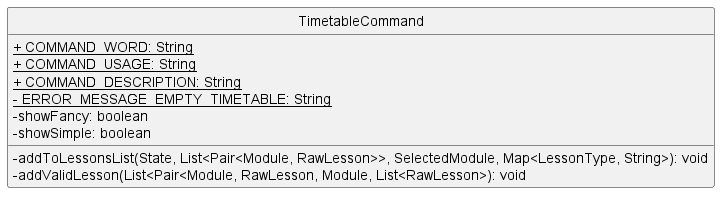
The PlantUML diagram docs/images/TimetableCommandClass.png in nus-cs2113-AY2223S1/tp, before a commit.
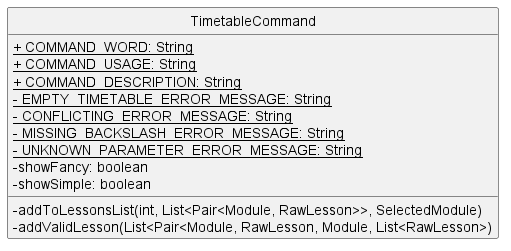
The same diagram one commit later.

Commit message:
Modify timetable class

What changed in the source:
```diff
@@ -6,11 +6,14 @@
     <u>+ COMMAND_WORD: String
     <u>+ COMMAND_USAGE: String
     <u>+ COMMAND_DESCRIPTION: String
-    <u>- ERROR_MESSAGE_EMPTY_TIMETABLE: String
+    <u>- EMPTY_TIMETABLE_ERROR_MESSAGE: String
+    <u>- CONFLICTING_ERROR_MESSAGE: String
+    <u>- MISSING_BACKSLASH_ERROR_MESSAGE: String
+    <u>- UNKNOWN_PARAMETER_ERROR_MESSAGE: String
     - showFancy: boolean
     - showSimple: boolean
 
-    - addToLessonsList(State, List<Pair<Module, RawLesson>>, SelectedModule, Map<LessonType, String>): void
-    - addValidLesson(List<Pair<Module, RawLesson, Module, List<RawLesson>): void
+    - addToLessonsList(int, List<Pair<Module, RawLesson>>, SelectedModule)
+    - addValidLesson(List<Pair<Module, RawLesson, Module, List<RawLesson>)
 }
 @enduml
```
